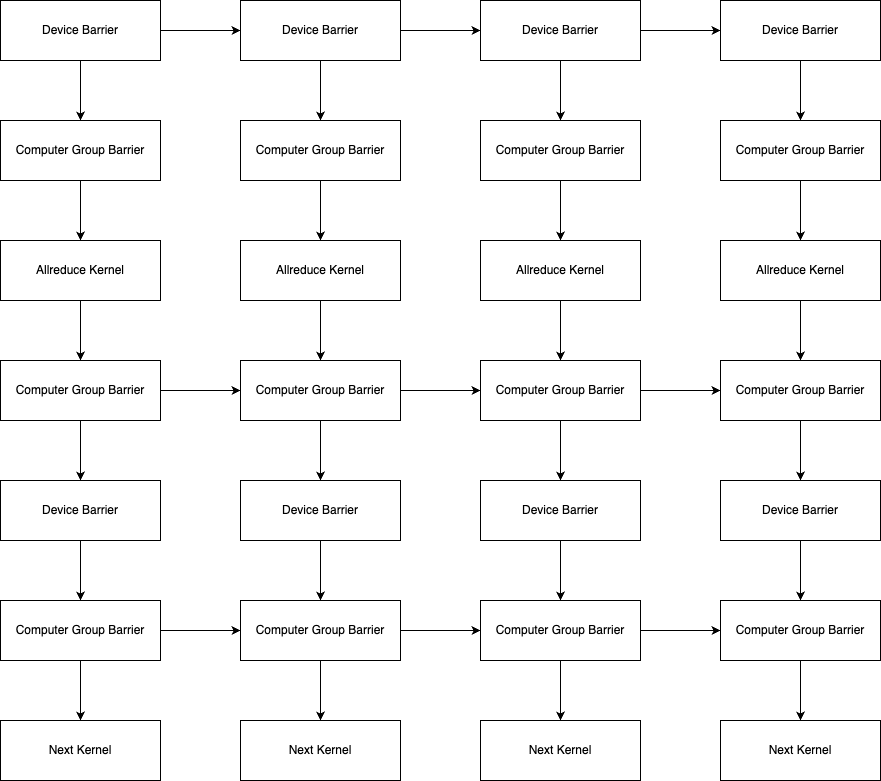
The draw.io diagram Patent/DeviceBarrierAllreduceOp.drawio.png in BEYHHH/SBLP, before a commit. Source tidied: cells renumbered, new cells last; positions are measured from the earlier drawing's top-left corner, leaving out a move shared by most shapes. Source of this version:
```xml
<mxGraphModel>
  <root>
    <mxCell id="0" />
    <mxCell id="1" parent="0" />
    <mxCell id="2" style="edgeStyle=orthogonalEdgeStyle;rounded=0;jettySize=auto;html=1;" parent="1" edge="1" source="4" target="6">
      <mxGeometry relative="1" as="geometry" />
    </mxCell>
    <mxCell id="3" style="edgeStyle=orthogonalEdgeStyle;rounded=0;jettySize=auto;html=1;" parent="1" edge="1" source="4" target="16">
      <mxGeometry relative="1" as="geometry" />
    </mxCell>
    <mxCell id="4" value="Device Barrier" style="rounded=0;whiteSpace=wrap;html=1;" parent="1" vertex="1">
      <mxGeometry width="160" height="60" as="geometry" />
    </mxCell>
    <mxCell id="5" style="edgeStyle=orthogonalEdgeStyle;rounded=0;jettySize=auto;html=1;" parent="1" edge="1" source="6" target="8">
      <mxGeometry relative="1" as="geometry" />
    </mxCell>
    <mxCell id="6" value="Computer Group Barrier" style="rounded=0;whiteSpace=wrap;html=1;" parent="1" vertex="1">
      <mxGeometry y="120" width="160" height="60" as="geometry" />
    </mxCell>
    <mxCell id="7" style="edgeStyle=orthogonalEdgeStyle;rounded=0;jettySize=auto;html=1;" parent="1" edge="1" source="8" target="11">
      <mxGeometry relative="1" as="geometry" />
    </mxCell>
    <mxCell id="8" value="Allreduce Kernel" style="rounded=0;whiteSpace=wrap;html=1;" parent="1" vertex="1">
      <mxGeometry y="240" width="160" height="60" as="geometry" />
    </mxCell>
    <mxCell id="9" style="edgeStyle=orthogonalEdgeStyle;rounded=0;jettySize=auto;html=1;" parent="1" edge="1" source="11" target="13">
      <mxGeometry relative="1" as="geometry" />
    </mxCell>
    <mxCell id="10" style="edgeStyle=orthogonalEdgeStyle;rounded=0;jettySize=auto;html=1;" parent="1" edge="1" source="11" target="23">
      <mxGeometry relative="1" as="geometry" />
    </mxCell>
    <mxCell id="11" value="Computer Group Barrier" style="rounded=0;whiteSpace=wrap;html=1;" parent="1" vertex="1">
      <mxGeometry y="360" width="160" height="60" as="geometry" />
    </mxCell>
    <mxCell id="12" style="edgeStyle=orthogonalEdgeStyle;rounded=0;jettySize=auto;html=1;" parent="1" edge="1" source="13" target="50">
      <mxGeometry relative="1" as="geometry" />
    </mxCell>
    <mxCell id="13" value="Device Barrier" style="rounded=0;whiteSpace=wrap;html=1;" parent="1" vertex="1">
      <mxGeometry y="480" width="160" height="60" as="geometry" />
    </mxCell>
    <mxCell id="14" style="edgeStyle=orthogonalEdgeStyle;rounded=0;jettySize=auto;html=1;" parent="1" edge="1" source="16" target="18">
      <mxGeometry relative="1" as="geometry" />
    </mxCell>
    <mxCell id="15" style="edgeStyle=orthogonalEdgeStyle;rounded=0;jettySize=auto;html=1;" parent="1" edge="1" source="16" target="28">
      <mxGeometry relative="1" as="geometry" />
    </mxCell>
    <mxCell id="16" value="Device Barrier" style="rounded=0;whiteSpace=wrap;html=1;" parent="1" vertex="1">
      <mxGeometry x="240" width="160" height="60" as="geometry" />
    </mxCell>
    <mxCell id="17" style="edgeStyle=orthogonalEdgeStyle;rounded=0;jettySize=auto;html=1;" parent="1" edge="1" source="18" target="20">
      <mxGeometry relative="1" as="geometry" />
    </mxCell>
    <mxCell id="18" value="Computer Group Barrier" style="rounded=0;whiteSpace=wrap;html=1;" parent="1" vertex="1">
      <mxGeometry x="240" y="120" width="160" height="60" as="geometry" />
    </mxCell>
    <mxCell id="19" style="edgeStyle=orthogonalEdgeStyle;rounded=0;jettySize=auto;html=1;" parent="1" edge="1" source="20" target="23">
      <mxGeometry relative="1" as="geometry" />
    </mxCell>
    <mxCell id="20" value="Allreduce Kernel" style="rounded=0;whiteSpace=wrap;html=1;" parent="1" vertex="1">
      <mxGeometry x="240" y="240" width="160" height="60" as="geometry" />
    </mxCell>
    <mxCell id="21" style="edgeStyle=orthogonalEdgeStyle;rounded=0;jettySize=auto;html=1;" parent="1" edge="1" source="23" target="25">
      <mxGeometry relative="1" as="geometry" />
    </mxCell>
    <mxCell id="22" style="edgeStyle=orthogonalEdgeStyle;rounded=0;jettySize=auto;html=1;" parent="1" edge="1" source="23" target="35">
      <mxGeometry relative="1" as="geometry" />
    </mxCell>
    <mxCell id="23" value="Computer Group Barrier" style="rounded=0;whiteSpace=wrap;html=1;" parent="1" vertex="1">
      <mxGeometry x="240" y="360" width="160" height="60" as="geometry" />
    </mxCell>
    <mxCell id="24" style="edgeStyle=orthogonalEdgeStyle;rounded=0;jettySize=auto;html=1;" parent="1" edge="1" source="25" target="53">
      <mxGeometry relative="1" as="geometry" />
    </mxCell>
    <mxCell id="25" value="Device Barrier" style="rounded=0;whiteSpace=wrap;html=1;" parent="1" vertex="1">
      <mxGeometry x="240" y="480" width="160" height="60" as="geometry" />
    </mxCell>
    <mxCell id="26" style="edgeStyle=orthogonalEdgeStyle;rounded=0;jettySize=auto;html=1;" parent="1" edge="1" source="28" target="30">
      <mxGeometry relative="1" as="geometry" />
    </mxCell>
    <mxCell id="27" style="edgeStyle=orthogonalEdgeStyle;rounded=0;jettySize=auto;html=1;" parent="1" edge="1" source="28" target="39">
      <mxGeometry relative="1" as="geometry" />
    </mxCell>
    <mxCell id="28" value="Device Barrier" style="rounded=0;whiteSpace=wrap;html=1;" parent="1" vertex="1">
      <mxGeometry x="480" width="160" height="60" as="geometry" />
    </mxCell>
    <mxCell id="29" style="edgeStyle=orthogonalEdgeStyle;rounded=0;jettySize=auto;html=1;" parent="1" edge="1" source="30" target="32">
      <mxGeometry relative="1" as="geometry" />
    </mxCell>
    <mxCell id="30" value="Computer Group Barrier" style="rounded=0;whiteSpace=wrap;html=1;" parent="1" vertex="1">
      <mxGeometry x="480" y="120" width="160" height="60" as="geometry" />
    </mxCell>
    <mxCell id="31" style="edgeStyle=orthogonalEdgeStyle;rounded=0;jettySize=auto;html=1;" parent="1" edge="1" source="32" target="35">
      <mxGeometry relative="1" as="geometry" />
    </mxCell>
    <mxCell id="32" value="Allreduce Kernel" style="rounded=0;whiteSpace=wrap;html=1;" parent="1" vertex="1">
      <mxGeometry x="480" y="240" width="160" height="60" as="geometry" />
    </mxCell>
    <mxCell id="33" style="edgeStyle=orthogonalEdgeStyle;rounded=0;jettySize=auto;html=1;" parent="1" edge="1" source="35" target="37">
      <mxGeometry relative="1" as="geometry" />
    </mxCell>
    <mxCell id="34" style="edgeStyle=orthogonalEdgeStyle;rounded=0;jettySize=auto;html=1;" parent="1" edge="1" source="35" target="45">
      <mxGeometry relative="1" as="geometry" />
    </mxCell>
    <mxCell id="35" value="Computer Group Barrier" style="rounded=0;whiteSpace=wrap;html=1;" parent="1" vertex="1">
      <mxGeometry x="480" y="360" width="160" height="60" as="geometry" />
    </mxCell>
    <mxCell id="36" style="edgeStyle=orthogonalEdgeStyle;rounded=0;jettySize=auto;html=1;" parent="1" edge="1" source="37" target="56">
      <mxGeometry relative="1" as="geometry" />
    </mxCell>
    <mxCell id="37" value="Device Barrier" style="rounded=0;whiteSpace=wrap;html=1;" parent="1" vertex="1">
      <mxGeometry x="480" y="480" width="160" height="60" as="geometry" />
    </mxCell>
    <mxCell id="38" style="edgeStyle=orthogonalEdgeStyle;rounded=0;jettySize=auto;html=1;" parent="1" edge="1" source="39" target="41">
      <mxGeometry relative="1" as="geometry" />
    </mxCell>
    <mxCell id="39" value="Device Barrier" style="rounded=0;whiteSpace=wrap;html=1;" parent="1" vertex="1">
      <mxGeometry x="720" width="160" height="60" as="geometry" />
    </mxCell>
    <mxCell id="40" style="edgeStyle=orthogonalEdgeStyle;rounded=0;jettySize=auto;html=1;" parent="1" edge="1" source="41" target="43">
      <mxGeometry relative="1" as="geometry" />
    </mxCell>
    <mxCell id="41" value="Computer Group Barrier" style="rounded=0;whiteSpace=wrap;html=1;" parent="1" vertex="1">
      <mxGeometry x="720" y="120" width="160" height="60" as="geometry" />
    </mxCell>
    <mxCell id="42" style="edgeStyle=orthogonalEdgeStyle;rounded=0;jettySize=auto;html=1;" parent="1" edge="1" source="43" target="45">
      <mxGeometry relative="1" as="geometry" />
    </mxCell>
    <mxCell id="43" value="Allreduce Kernel" style="rounded=0;whiteSpace=wrap;html=1;" parent="1" vertex="1">
      <mxGeometry x="720" y="240" width="160" height="60" as="geometry" />
    </mxCell>
    <mxCell id="44" style="edgeStyle=orthogonalEdgeStyle;rounded=0;jettySize=auto;html=1;" parent="1" edge="1" source="45" target="47">
      <mxGeometry relative="1" as="geometry" />
    </mxCell>
    <mxCell id="45" value="Computer Group Barrier" style="rounded=0;whiteSpace=wrap;html=1;" parent="1" vertex="1">
      <mxGeometry x="720" y="360" width="160" height="60" as="geometry" />
    </mxCell>
    <mxCell id="46" style="edgeStyle=orthogonalEdgeStyle;rounded=0;jettySize=auto;html=1;" parent="1" edge="1" source="47" target="58">
      <mxGeometry relative="1" as="geometry" />
    </mxCell>
    <mxCell id="47" value="Device Barrier" style="rounded=0;whiteSpace=wrap;html=1;" parent="1" vertex="1">
      <mxGeometry x="720" y="480" width="160" height="60" as="geometry" />
    </mxCell>
    <mxCell id="48" style="edgeStyle=orthogonalEdgeStyle;rounded=0;jettySize=auto;html=1;" parent="1" edge="1" source="50" target="53">
      <mxGeometry relative="1" as="geometry" />
    </mxCell>
    <mxCell id="49" style="edgeStyle=orthogonalEdgeStyle;rounded=0;jettySize=auto;html=1;" parent="1" edge="1" source="50" target="59">
      <mxGeometry relative="1" as="geometry" />
    </mxCell>
    <mxCell id="50" value="Computer Group Barrier" style="rounded=0;whiteSpace=wrap;html=1;" parent="1" vertex="1">
      <mxGeometry y="600" width="160" height="60" as="geometry" />
    </mxCell>
    <mxCell id="51" style="edgeStyle=orthogonalEdgeStyle;rounded=0;jettySize=auto;html=1;" parent="1" edge="1" source="53" target="56">
      <mxGeometry relative="1" as="geometry" />
    </mxCell>
    <mxCell id="52" style="edgeStyle=orthogonalEdgeStyle;rounded=0;jettySize=auto;html=1;" parent="1" edge="1" source="53" target="60">
      <mxGeometry relative="1" as="geometry" />
    </mxCell>
    <mxCell id="53" value="Computer Group Barrier" style="rounded=0;whiteSpace=wrap;html=1;" parent="1" vertex="1">
      <mxGeometry x="240" y="600" width="160" height="60" as="geometry" />
    </mxCell>
    <mxCell id="54" style="edgeStyle=orthogonalEdgeStyle;rounded=0;jettySize=auto;html=1;" parent="1" edge="1" source="56" target="58">
      <mxGeometry relative="1" as="geometry" />
    </mxCell>
    <mxCell id="55" style="edgeStyle=orthogonalEdgeStyle;rounded=0;jettySize=auto;html=1;" parent="1" edge="1" source="56" target="61">
      <mxGeometry relative="1" as="geometry" />
    </mxCell>
    <mxCell id="56" value="Computer Group Barrier" style="rounded=0;whiteSpace=wrap;html=1;" parent="1" vertex="1">
      <mxGeometry x="480" y="600" width="160" height="60" as="geometry" />
    </mxCell>
    <mxCell id="57" style="edgeStyle=orthogonalEdgeStyle;rounded=0;jettySize=auto;html=1;" parent="1" edge="1" source="58" target="62">
      <mxGeometry relative="1" as="geometry" />
    </mxCell>
    <mxCell id="58" value="Computer Group Barrier" style="rounded=0;whiteSpace=wrap;html=1;" parent="1" vertex="1">
      <mxGeometry x="720" y="600" width="160" height="60" as="geometry" />
    </mxCell>
    <mxCell id="59" value="Next Kernel" style="rounded=0;whiteSpace=wrap;html=1;" parent="1" vertex="1">
      <mxGeometry y="720" width="160" height="60" as="geometry" />
    </mxCell>
    <mxCell id="60" value="Next Kernel" style="rounded=0;whiteSpace=wrap;html=1;" parent="1" vertex="1">
      <mxGeometry x="240" y="720" width="160" height="60" as="geometry" />
    </mxCell>
    <mxCell id="61" value="Next Kernel" style="rounded=0;whiteSpace=wrap;html=1;" parent="1" vertex="1">
      <mxGeometry x="480" y="720" width="160" height="60" as="geometry" />
    </mxCell>
    <mxCell id="62" value="Next Kernel" style="rounded=0;whiteSpace=wrap;html=1;" parent="1" vertex="1">
      <mxGeometry x="720" y="720" width="160" height="60" as="geometry" />
    </mxCell>
  </root>
</mxGraphModel>
```
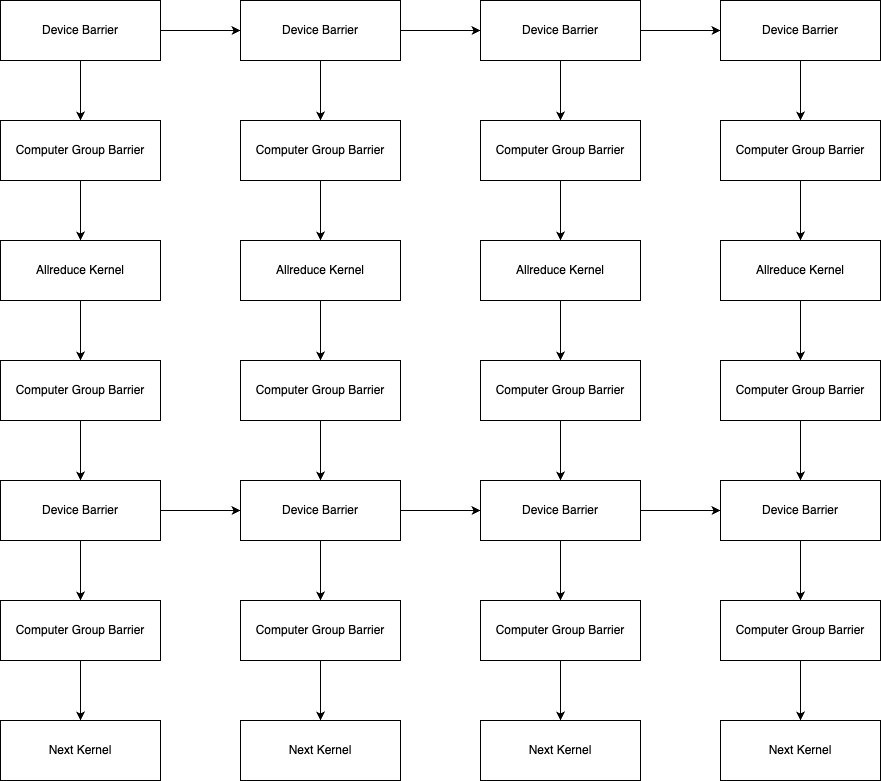
Above is the later version.

What changed in the source:
```diff
@@ -26,15 +26,15 @@
     <mxCell id="9" style="edgeStyle=orthogonalEdgeStyle;rounded=0;jettySize=auto;html=1;" parent="1" edge="1" source="11" target="13">
       <mxGeometry relative="1" as="geometry" />
     </mxCell>
-    <mxCell id="10" style="edgeStyle=orthogonalEdgeStyle;rounded=0;jettySize=auto;html=1;" parent="1" edge="1" source="11" target="23">
-      <mxGeometry relative="1" as="geometry" />
-    </mxCell>
     <mxCell id="11" value="Computer Group Barrier" style="rounded=0;whiteSpace=wrap;html=1;" parent="1" vertex="1">
       <mxGeometry y="360" width="160" height="60" as="geometry" />
     </mxCell>
     <mxCell id="12" style="edgeStyle=orthogonalEdgeStyle;rounded=0;jettySize=auto;html=1;" parent="1" edge="1" source="13" target="50">
       <mxGeometry relative="1" as="geometry" />
     </mxCell>
+    <mxCell id="63" style="edgeStyle=orthogonalEdgeStyle;rounded=0;jettySize=auto;html=1;" parent="1" edge="1" source="13" target="25">
+      <mxGeometry relative="1" as="geometry" />
+    </mxCell>
     <mxCell id="13" value="Device Barrier" style="rounded=0;whiteSpace=wrap;html=1;" parent="1" vertex="1">
       <mxGeometry y="480" width="160" height="60" as="geometry" />
     </mxCell>
@@ -62,15 +62,15 @@
     <mxCell id="21" style="edgeStyle=orthogonalEdgeStyle;rounded=0;jettySize=auto;html=1;" parent="1" edge="1" source="23" target="25">
       <mxGeometry relative="1" as="geometry" />
     </mxCell>
-    <mxCell id="22" style="edgeStyle=orthogonalEdgeStyle;rounded=0;jettySize=auto;html=1;" parent="1" edge="1" source="23" target="35">
-      <mxGeometry relative="1" as="geometry" />
-    </mxCell>
     <mxCell id="23" value="Computer Group Barrier" style="rounded=0;whiteSpace=wrap;html=1;" parent="1" vertex="1">
       <mxGeometry x="240" y="360" width="160" height="60" as="geometry" />
     </mxCell>
     <mxCell id="24" style="edgeStyle=orthogonalEdgeStyle;rounded=0;jettySize=auto;html=1;" parent="1" edge="1" source="25" target="53">
       <mxGeometry relative="1" as="geometry" />
     </mxCell>
+    <mxCell id="64" style="edgeStyle=orthogonalEdgeStyle;rounded=0;jettySize=auto;html=1;" parent="1" edge="1" source="25" target="37">
+      <mxGeometry relative="1" as="geometry" />
+    </mxCell>
     <mxCell id="25" value="Device Barrier" style="rounded=0;whiteSpace=wrap;html=1;" parent="1" vertex="1">
       <mxGeometry x="240" y="480" width="160" height="60" as="geometry" />
     </mxCell>
@@ -98,15 +98,15 @@
     <mxCell id="33" style="edgeStyle=orthogonalEdgeStyle;rounded=0;jettySize=auto;html=1;" parent="1" edge="1" source="35" target="37">
       <mxGeometry relative="1" as="geometry" />
     </mxCell>
-    <mxCell id="34" style="edgeStyle=orthogonalEdgeStyle;rounded=0;jettySize=auto;html=1;" parent="1" edge="1" source="35" target="45">
-      <mxGeometry relative="1" as="geometry" />
-    </mxCell>
     <mxCell id="35" value="Computer Group Barrier" style="rounded=0;whiteSpace=wrap;html=1;" parent="1" vertex="1">
       <mxGeometry x="480" y="360" width="160" height="60" as="geometry" />
     </mxCell>
     <mxCell id="36" style="edgeStyle=orthogonalEdgeStyle;rounded=0;jettySize=auto;html=1;" parent="1" edge="1" source="37" target="56">
       <mxGeometry relative="1" as="geometry" />
     </mxCell>
+    <mxCell id="65" style="edgeStyle=orthogonalEdgeStyle;rounded=0;jettySize=auto;html=1;" parent="1" edge="1" source="37" target="47">
+      <mxGeometry relative="1" as="geometry" />
+    </mxCell>
     <mxCell id="37" value="Device Barrier" style="rounded=0;whiteSpace=wrap;html=1;" parent="1" vertex="1">
       <mxGeometry x="480" y="480" width="160" height="60" as="geometry" />
     </mxCell>
@@ -140,27 +140,18 @@
     <mxCell id="47" value="Device Barrier" style="rounded=0;whiteSpace=wrap;html=1;" parent="1" vertex="1">
       <mxGeometry x="720" y="480" width="160" height="60" as="geometry" />
     </mxCell>
-    <mxCell id="48" style="edgeStyle=orthogonalEdgeStyle;rounded=0;jettySize=auto;html=1;" parent="1" edge="1" source="50" target="53">
-      <mxGeometry relative="1" as="geometry" />
-    </mxCell>
     <mxCell id="49" style="edgeStyle=orthogonalEdgeStyle;rounded=0;jettySize=auto;html=1;" parent="1" edge="1" source="50" target="59">
       <mxGeometry relative="1" as="geometry" />
     </mxCell>
     <mxCell id="50" value="Computer Group Barrier" style="rounded=0;whiteSpace=wrap;html=1;" parent="1" vertex="1">
       <mxGeometry y="600" width="160" height="60" as="geometry" />
     </mxCell>
-    <mxCell id="51" style="edgeStyle=orthogonalEdgeStyle;rounded=0;jettySize=auto;html=1;" parent="1" edge="1" source="53" target="56">
-      <mxGeometry relative="1" as="geometry" />
-    </mxCell>
     <mxCell id="52" style="edgeStyle=orthogonalEdgeStyle;rounded=0;jettySize=auto;html=1;" parent="1" edge="1" source="53" target="60">
       <mxGeometry relative="1" as="geometry" />
     </mxCell>
     <mxCell id="53" value="Computer Group Barrier" style="rounded=0;whiteSpace=wrap;html=1;" parent="1" vertex="1">
       <mxGeometry x="240" y="600" width="160" height="60" as="geometry" />
     </mxCell>
-    <mxCell id="54" style="edgeStyle=orthogonalEdgeStyle;rounded=0;jettySize=auto;html=1;" parent="1" edge="1" source="56" target="58">
-      <mxGeometry relative="1" as="geometry" />
-    </mxCell>
     <mxCell id="55" style="edgeStyle=orthogonalEdgeStyle;rounded=0;jettySize=auto;html=1;" parent="1" edge="1" source="56" target="61">
       <mxGeometry relative="1" as="geometry" />
     </mxCell>
```
